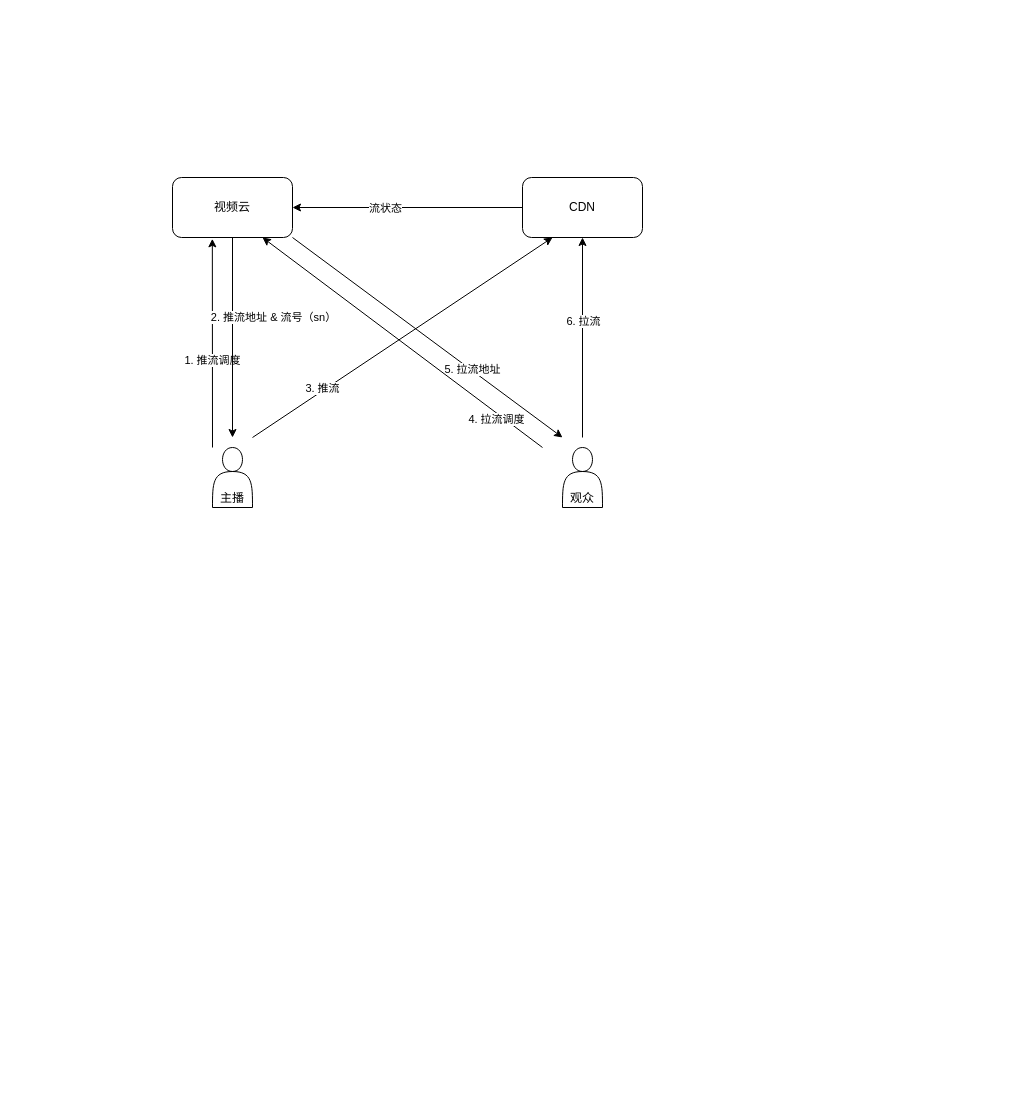
This is page "直播" (2 of 5) of pepper/直播系统-live.drawio from wclssdn/draw.io, a draw.io file, before an edit. Source tidied: cells renumbered, new cells numbered last; positions are measured from the earlier drawing's top-left corner, leaving out a move shared by most shapes. Both pictures are drawn from the tidied source at 100%, with x=0, y=0 at pixel (172, 177).
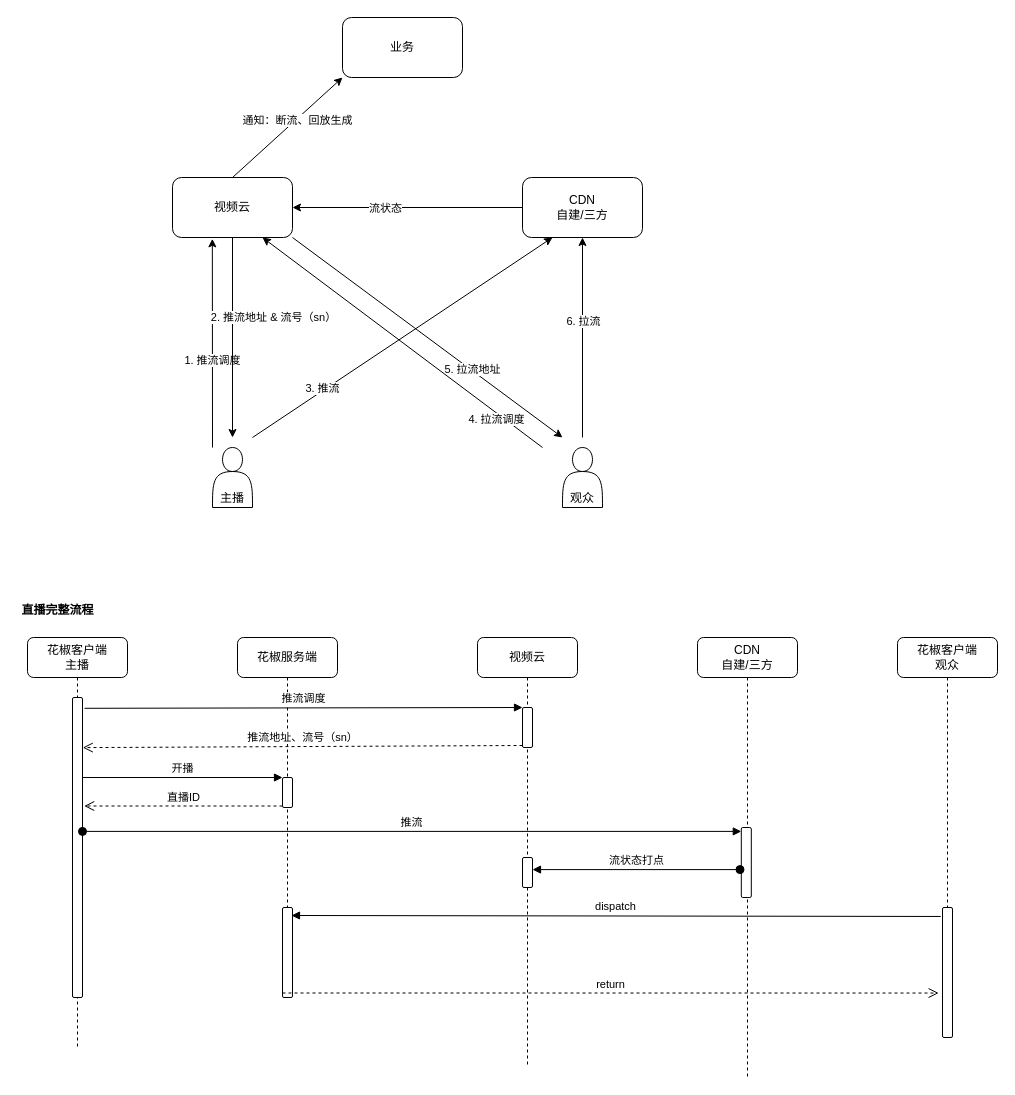
Above is the later version.

The change refers to these unchanged cells:
```xml
<mxCell id="9" value="视频云" style="rounded=1;whiteSpace=wrap;html=1;" parent="1" vertex="1">
  <mxGeometry width="120" height="60" as="geometry" />
</mxCell>
```

Diff of the diagram source:
```diff
@@
+    <mxCell id="20" style="edgeStyle=none;rounded=0;jettySize=auto;html=1;exitX=0.5;exitY=0;exitDx=0;exitDy=0;entryX=0;entryY=1;entryDx=0;entryDy=0;" parent="1" edge="1" source="9" target="22">
+      <mxGeometry relative="1" as="geometry" />
+    </mxCell>
+    <mxCell id="21" value="通知：断流、回放生成" style="edgeLabel;html=1;align=center;verticalAlign=middle;" parent="20" vertex="1">
+      <mxGeometry x="0.16" y="-2" relative="1" as="geometry">
+        <mxPoint y="-1" as="offset" />
+      </mxGeometry>
+    </mxCell>
@@
-    <mxCell id="14" value="CDN" style="rounded=1;whiteSpace=wrap;html=1;" parent="1" vertex="1">
+    <mxCell id="14" value="CDN&lt;br&gt;自建/三方" style="rounded=1;whiteSpace=wrap;html=1;" parent="1" vertex="1">
       <mxGeometry x="350" width="120" height="60" as="geometry" />
     </mxCell>
@@
+    <mxCell id="22" value="业务" style="rounded=1;whiteSpace=wrap;html=1;align=center;verticalAlign=middle;" parent="1" vertex="1">
+      <mxGeometry x="170" y="-160" width="120" height="60" as="geometry" />
+    </mxCell>
+    <mxCell id="23" value="花椒服务端" style="shape=umlLifeline;perimeter=lifelinePerimeter;whiteSpace=wrap;html=1;rounded=1;" parent="1" vertex="1">
+      <mxGeometry x="65" y="460" width="100" height="360" as="geometry" />
+    </mxCell>
+    <mxCell id="24" style="html=1;points=[];perimeter=orthogonalPerimeter;rounded=1;" parent="23" vertex="1">
+      <mxGeometry x="45" y="140" width="10" height="30" as="geometry" />
+    </mxCell>
+    <mxCell id="25" style="html=1;points=[];perimeter=orthogonalPerimeter;rounded=1;" parent="23" vertex="1">
+      <mxGeometry x="45" y="270" width="10" height="90" as="geometry" />
+    </mxCell>
+    <mxCell id="26" value="视频云" style="shape=umlLifeline;perimeter=lifelinePerimeter;whiteSpace=wrap;html=1;rounded=1;" parent="1" vertex="1">
+      <mxGeometry x="305" y="460" width="100" height="430" as="geometry" />
+    </mxCell>
+    <mxCell id="27" style="html=1;points=[];perimeter=orthogonalPerimeter;rounded=1;" parent="26" vertex="1">
+      <mxGeometry x="45" y="70" width="10" height="40" as="geometry" />
+    </mxCell>
+    <mxCell id="28" style="html=1;points=[];perimeter=orthogonalPerimeter;rounded=1;" parent="26" vertex="1">
+      <mxGeometry x="45" y="220" width="10" height="30" as="geometry" />
+    </mxCell>
+    <mxCell id="29" value="花椒客户端&lt;br&gt;主播" style="shape=umlLifeline;perimeter=lifelinePerimeter;whiteSpace=wrap;html=1;rounded=1;" parent="1" vertex="1">
+      <mxGeometry x="-145" y="460" width="100" height="410" as="geometry" />
+    </mxCell>
+    <mxCell id="30" style="html=1;points=[];perimeter=orthogonalPerimeter;rounded=1;" parent="29" vertex="1">
+      <mxGeometry x="45" y="60" width="10" height="300" as="geometry" />
+    </mxCell>
+    <mxCell id="31" value="花椒客户端&lt;br&gt;观众" style="shape=umlLifeline;perimeter=lifelinePerimeter;whiteSpace=wrap;html=1;rounded=1;" parent="1" vertex="1">
+      <mxGeometry x="725" y="460" width="100" height="400" as="geometry" />
+    </mxCell>
+    <mxCell id="32" style="html=1;points=[];perimeter=orthogonalPerimeter;rounded=1;" parent="31" vertex="1">
+      <mxGeometry x="45" y="270" width="10" height="130" as="geometry" />
+    </mxCell>
+    <mxCell id="33" value="CDN&lt;br&gt;自建/三方" style="shape=umlLifeline;perimeter=lifelinePerimeter;whiteSpace=wrap;html=1;rounded=1;" parent="1" vertex="1">
+      <mxGeometry x="525" y="460" width="100" height="440" as="geometry" />
+    </mxCell>
+    <mxCell id="34" style="html=1;points=[];perimeter=orthogonalPerimeter;rounded=1;" parent="33" vertex="1">
+      <mxGeometry x="43.8" y="190" width="10" height="70" as="geometry" />
+    </mxCell>
+    <mxCell id="35" value="直播完整流程" style="text;align=center;fontStyle=1;verticalAlign=middle;spacingLeft=3;spacingRight=3;strokeColor=none;rounded=1;html=1;" parent="1" vertex="1">
+      <mxGeometry x="-155" y="420" width="80" height="26" as="geometry" />
+    </mxCell>
+    <mxCell id="36" value="推流调度" style="html=1;verticalAlign=bottom;endArrow=block;entryX=0;entryY=0;exitX=1.2;exitY=0.036;exitDx=0;exitDy=0;exitPerimeter=0;" parent="1" edge="1" source="30" target="27">
+      <mxGeometry relative="1" as="geometry" />
+    </mxCell>
+    <mxCell id="37" value="推流地址、流号（sn）" style="html=1;verticalAlign=bottom;endArrow=open;dashed=1;endSize=8;exitX=0;exitY=0.95;entryX=1.028;entryY=0.167;entryDx=0;entryDy=0;entryPerimeter=0;" parent="1" edge="1" source="27" target="30">
+      <mxGeometry relative="1" as="geometry" />
+    </mxCell>
+    <mxCell id="38" value="开播" style="html=1;verticalAlign=bottom;endArrow=block;entryX=0;entryY=0;exitX=1.033;exitY=0.4;exitDx=0;exitDy=0;exitPerimeter=0;" parent="1" edge="1" target="24">
+      <mxGeometry relative="1" as="geometry">
+        <mxPoint x="-89.7" y="600" as="sourcePoint" />
+      </mxGeometry>
+    </mxCell>
+    <mxCell id="39" value="直播ID" style="html=1;verticalAlign=bottom;endArrow=open;dashed=1;endSize=8;exitX=0;exitY=0.95;entryX=1.166;entryY=0.495;entryDx=0;entryDy=0;entryPerimeter=0;" parent="1" edge="1" source="24">
+      <mxGeometry relative="1" as="geometry">
+        <mxPoint x="-88.3" y="628.5" as="targetPoint" />
+      </mxGeometry>
+    </mxCell>
+    <mxCell id="40" value="推流" style="html=1;verticalAlign=bottom;startArrow=oval;endArrow=block;startSize=8;exitX=1.117;exitY=0.713;exitDx=0;exitDy=0;exitPerimeter=0;" parent="1" edge="1" target="34">
+      <mxGeometry relative="1" as="geometry">
+        <mxPoint x="-90" y="653.9" as="sourcePoint" />
+      </mxGeometry>
+    </mxCell>
+    <mxCell id="41" value="流状态打点" style="html=1;verticalAlign=bottom;startArrow=oval;endArrow=block;startSize=8;exitX=-0.131;exitY=0.315;exitDx=0;exitDy=0;exitPerimeter=0;" parent="1" edge="1" target="28">
+      <mxGeometry relative="1" as="geometry">
+        <mxPoint x="567.5" y="692.1" as="sourcePoint" />
+      </mxGeometry>
+    </mxCell>
+    <mxCell id="42" value="dispatch" style="html=1;verticalAlign=bottom;endArrow=block;exitX=-0.179;exitY=0.069;exitDx=0;exitDy=0;exitPerimeter=0;" parent="1" edge="1" source="32">
+      <mxGeometry relative="1" as="geometry">
+        <mxPoint x="119" y="738" as="targetPoint" />
+      </mxGeometry>
+    </mxCell>
+    <mxCell id="43" value="return" style="html=1;verticalAlign=bottom;endArrow=open;dashed=1;endSize=8;exitX=0;exitY=0.95;entryX=-0.386;entryY=0.658;entryDx=0;entryDy=0;entryPerimeter=0;" parent="1" edge="1" source="25" target="32">
+      <mxGeometry relative="1" as="geometry" />
+    </mxCell>
```
